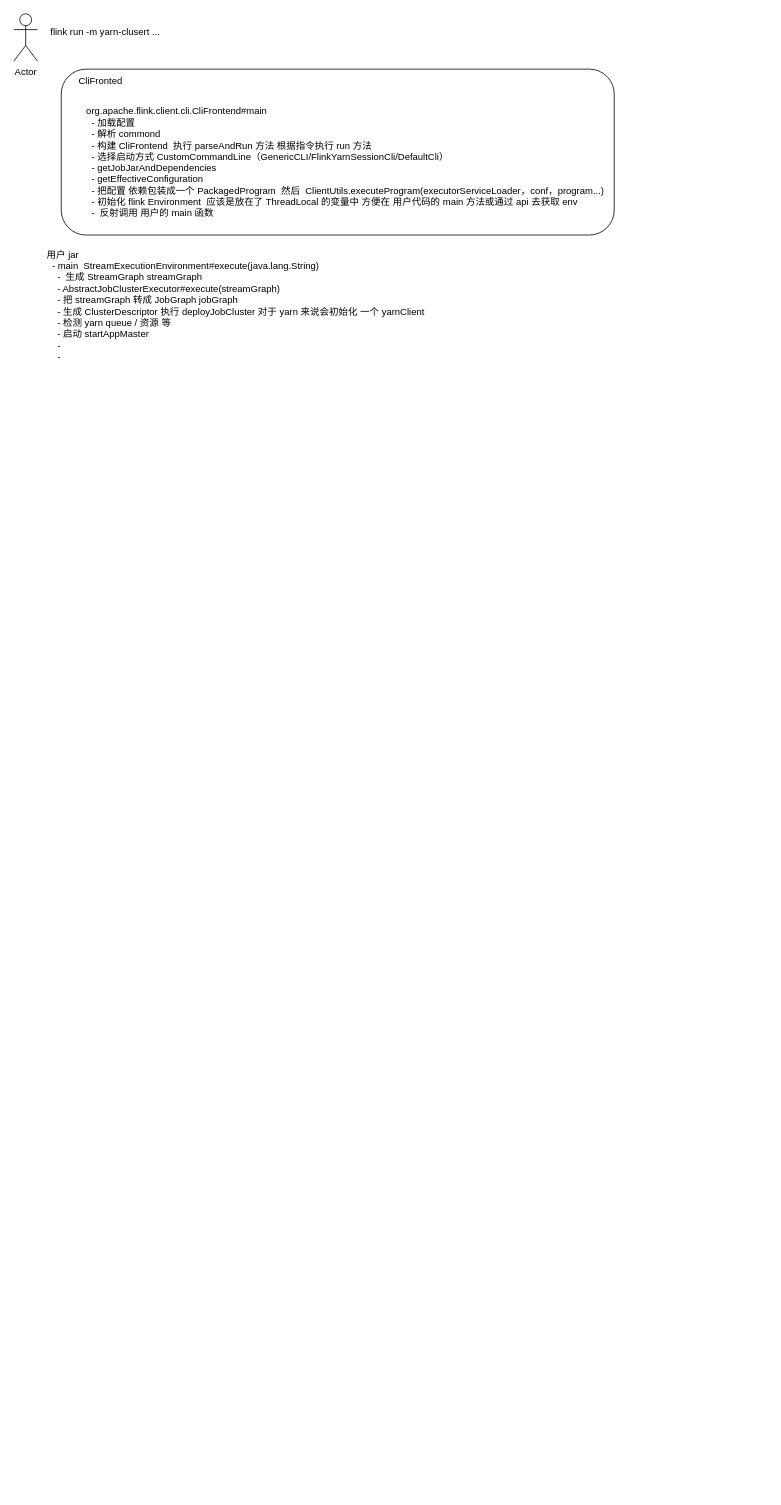
Above: page "flink 启动流程" (2 of 2) of 面试准备.drawio in loukey-lj/WX (draw.io), before the change. Source tidied: cells renumbered, new cells numbered last; positions are measured from the earlier drawing's top-left corner, leaving out a move shared by most shapes. Both pictures are drawn from the tidied source at 79%, with x=0, y=0 at pixel (13, 13).
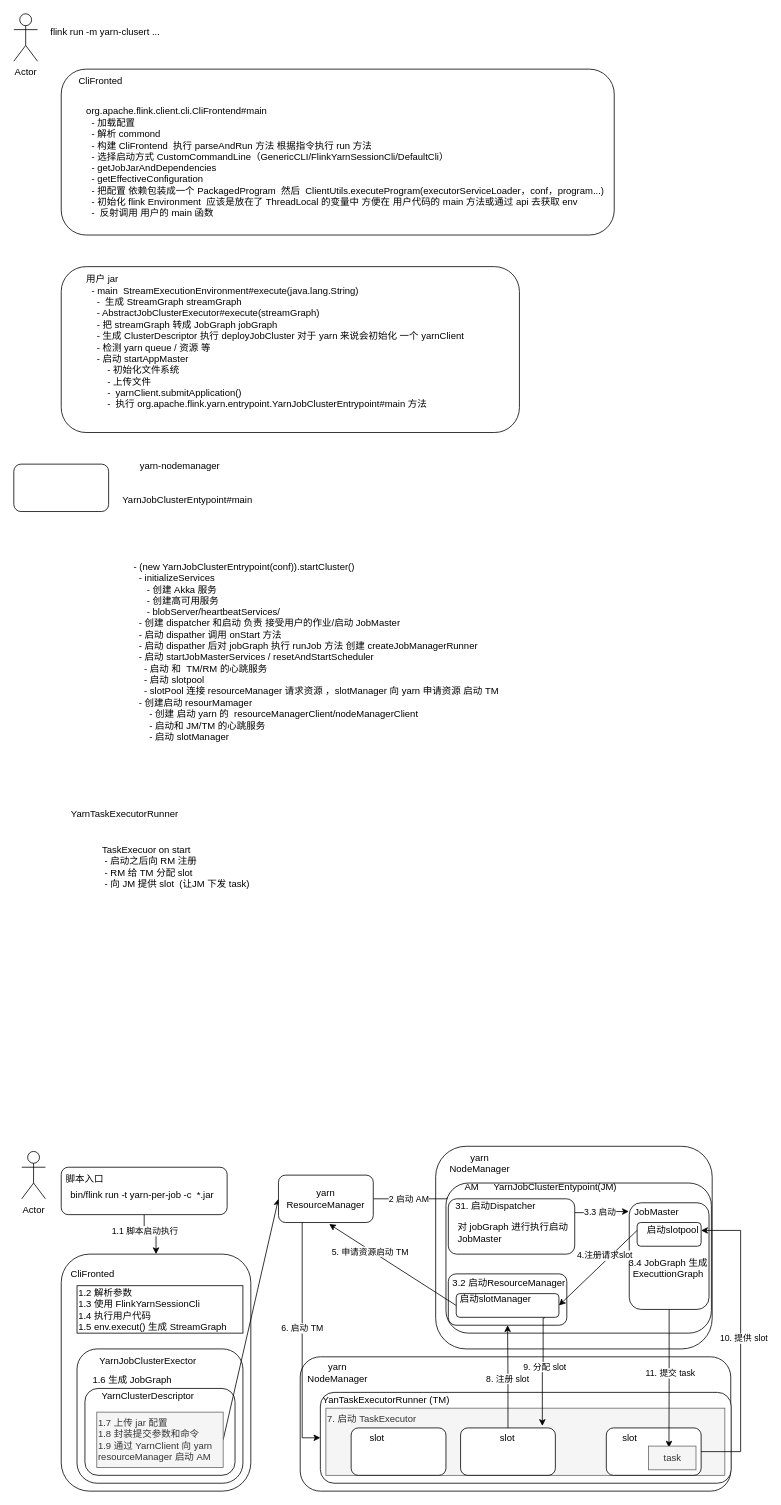
Above is the later version.

Change to the diagram source:
```diff
@@
+    <mxCell id="10" style="rounded=1;whiteSpace=wrap;html=1;" parent="1" vertex="1">
+      <mxGeometry x="534" y="1433.5" width="350" height="256.5" as="geometry" />
+    </mxCell>
@@
+    <mxCell id="11" style="group;" parent="1" vertex="1">
+      <mxGeometry x="60" y="320" width="580" height="210" as="geometry" />
+    </mxCell>
+    <mxCell id="12" style="rounded=1;whiteSpace=wrap;html=1;" parent="11" vertex="1">
+      <mxGeometry width="580" height="210" as="geometry" />
+    </mxCell>
-    <mxCell id="9" value="用户 jar&lt;div&gt;&amp;nbsp; - main&amp;nbsp; StreamExecutionEnvironment#execute(java.lang.String)&lt;/div&gt;&lt;div&gt;&amp;nbsp; &amp;nbsp; -&amp;nbsp; 生成&amp;nbsp;StreamGraph streamGraph&lt;/div&gt;&lt;div&gt;&amp;nbsp; &amp;nbsp; - AbstractJobClusterExecutor#execute(streamGraph)&lt;/div&gt;&lt;div&gt;&amp;nbsp; &amp;nbsp; - 把 streamGraph 转成&amp;nbsp;JobGraph jobGraph&lt;/div&gt;&lt;div&gt;&amp;nbsp; &amp;nbsp; - 生成&amp;nbsp;ClusterDescriptor 执行&amp;nbsp;deployJobCluster 对于 yarn 来说会初始化 一个 yarnClient&lt;/div&gt;&lt;div&gt;&amp;nbsp; &amp;nbsp; - 检测 yarn queue / 资源 等&lt;/div&gt;&lt;div&gt;&amp;nbsp; &amp;nbsp; - 启动&amp;nbsp;startAppMaster&lt;/div&gt;&lt;div&gt;&amp;nbsp; &amp;nbsp; -&amp;nbsp;&lt;/div&gt;&lt;div&gt;&amp;nbsp; &amp;nbsp; -&amp;nbsp;&lt;/div&gt;" style="text;html=1;align=left;verticalAlign=middle;strokeColor=none;fillColor=none;" parent="1" vertex="1">
-      <mxGeometry x="40" y="290" width="500" height="160" as="geometry" />
+    <mxCell id="9" value="用户 jar&lt;div&gt;&amp;nbsp; - main&amp;nbsp; StreamExecutionEnvironment#execute(java.lang.String)&lt;/div&gt;&lt;div&gt;&amp;nbsp; &amp;nbsp; -&amp;nbsp; 生成&amp;nbsp;StreamGraph streamGraph&lt;/div&gt;&lt;div&gt;&amp;nbsp; &amp;nbsp; - AbstractJobClusterExecutor#execute(streamGraph)&lt;/div&gt;&lt;div&gt;&amp;nbsp; &amp;nbsp; - 把 streamGraph 转成&amp;nbsp;JobGraph jobGraph&lt;/div&gt;&lt;div&gt;&amp;nbsp; &amp;nbsp; - 生成&amp;nbsp;ClusterDescriptor 执行&amp;nbsp;deployJobCluster 对于 yarn 来说会初始化 一个 yarnClient&lt;/div&gt;&lt;div&gt;&amp;nbsp; &amp;nbsp; - 检测 yarn queue / 资源 等&lt;/div&gt;&lt;div&gt;&amp;nbsp; &amp;nbsp; - 启动&amp;nbsp;startAppMaster&lt;/div&gt;&lt;div&gt;&amp;nbsp; &amp;nbsp; &amp;nbsp; &amp;nbsp; - 初始化文件系统&lt;/div&gt;&lt;div&gt;&amp;nbsp; &amp;nbsp; &amp;nbsp; &amp;nbsp; - 上传文件&lt;/div&gt;&lt;div&gt;&amp;nbsp; &amp;nbsp; &amp;nbsp; &amp;nbsp; -&amp;nbsp;&amp;nbsp;yarnClient.submitApplication()&lt;/div&gt;&lt;div&gt;&amp;nbsp; &amp;nbsp; &amp;nbsp; &amp;nbsp; -&amp;nbsp; 执行&amp;nbsp;org.apache.flink.yarn.entrypoint.YarnJobClusterEntrypoint#main 方法&lt;/div&gt;" style="text;html=1;align=left;verticalAlign=middle;strokeColor=none;fillColor=none;" parent="11" vertex="1">
+      <mxGeometry x="30" width="500" height="190" as="geometry" />
     </mxCell>
+    <mxCell id="13" style="rounded=1;whiteSpace=wrap;html=1;" parent="1" vertex="1">
+      <mxGeometry y="570" width="120" height="60" as="geometry" />
+    </mxCell>
+    <mxCell id="14" value="yarn-nodemanager" style="text;html=1;align=center;verticalAlign=middle;strokeColor=none;fillColor=none;" parent="1" vertex="1">
+      <mxGeometry x="150" y="558" width="120" height="30" as="geometry" />
+    </mxCell>
+    <mxCell id="15" value="YarnJobClusterEntypoint#main" style="text;html=1;align=center;verticalAlign=middle;whiteSpace=wrap;rounded=0;" parent="1" vertex="1">
+      <mxGeometry x="190" y="601" width="60" height="30" as="geometry" />
+    </mxCell>
+    <mxCell id="16" value="- (new YarnJobClusterEntrypoint(conf)).startCluster()&lt;div&gt;&amp;nbsp; -&amp;nbsp;initializeServices&lt;/div&gt;&lt;div&gt;&amp;nbsp; &amp;nbsp; &amp;nbsp;- 创建 Akka 服务&lt;/div&gt;&lt;div&gt;&amp;nbsp; &amp;nbsp; &amp;nbsp;- 创建高可用服务&lt;/div&gt;&lt;div&gt;&amp;nbsp; &amp;nbsp; &amp;nbsp;-&amp;nbsp;blobServer/heartbeatServices/&lt;/div&gt;&lt;div&gt;&amp;nbsp; - 创建 dispatcher 和启动 负责 接受用户的作业/启动 JobMaster&lt;/div&gt;&lt;div&gt;&amp;nbsp; - 启动 dispather 调用 onStart 方法&lt;/div&gt;&lt;div&gt;&lt;span style=&quot;background-color: initial;&quot;&gt;&amp;nbsp; - 启动 dispather 后对 jobGraph 执行 runJob 方法 创建&amp;nbsp;&lt;/span&gt;&lt;span style=&quot;background-color: initial;&quot;&gt;createJobManagerRunner&lt;/span&gt;&lt;/div&gt;&lt;div&gt;&amp;nbsp; - 启动 startJobMasterServices /&amp;nbsp;resetAndStartScheduler&lt;/div&gt;&lt;div&gt;&amp;nbsp; &amp;nbsp; - 启动 和&amp;nbsp; TM/RM 的心跳服务&lt;/div&gt;&lt;div&gt;&amp;nbsp; &amp;nbsp; - 启动 slotpool&amp;nbsp;&lt;/div&gt;&lt;div&gt;&amp;nbsp; &amp;nbsp; - slotPool 连接 resourceManager 请求资源 ，slotManager 向 yarn 申请资源 启动 TM&lt;/div&gt;&lt;div&gt;&amp;nbsp; - 创建启动 resourMamager&amp;nbsp;&lt;/div&gt;&lt;div&gt;&amp;nbsp; &amp;nbsp; &amp;nbsp; - 创建 启动 yarn 的&amp;nbsp; resourceManagerClient/nodeManagerClient&amp;nbsp;&amp;nbsp;&lt;/div&gt;&lt;div&gt;&amp;nbsp; &amp;nbsp; &amp;nbsp; - 启动和 JM/TM 的心跳服务&lt;/div&gt;&lt;div&gt;&amp;nbsp; &amp;nbsp; &amp;nbsp; - 启动&amp;nbsp;slotManager&amp;nbsp;&lt;/div&gt;&lt;div&gt;&lt;br&gt;&lt;/div&gt;" style="text;html=1;align=left;verticalAlign=middle;strokeColor=none;fillColor=none;" parent="1" vertex="1">
+      <mxGeometry x="150" y="685" width="490" height="260" as="geometry" />
+    </mxCell>
+    <mxCell id="17" value="YarnTaskExecutorRunner" style="text;html=1;align=center;verticalAlign=middle;strokeColor=none;fillColor=none;" parent="1" vertex="1">
+      <mxGeometry x="60" y="998" width="160" height="30" as="geometry" />
+    </mxCell>
+    <mxCell id="18" value="TaskExecuor on start&lt;div&gt;&amp;nbsp;- 启动之后向 RM 注册&lt;/div&gt;&lt;div&gt;&amp;nbsp;- RM 给 TM 分配 slot&lt;/div&gt;&lt;div&gt;&lt;span style=&quot;background-color: initial;&quot;&gt;&amp;nbsp;- 向 JM 提供 slot&amp;nbsp; (让JM 下发 task)&amp;nbsp;&lt;/span&gt;&lt;/div&gt;" style="text;html=1;align=left;verticalAlign=middle;strokeColor=none;fillColor=none;" parent="1" vertex="1">
+      <mxGeometry x="110" y="1045" width="210" height="70" as="geometry" />
+    </mxCell>
+    <mxCell id="19" value="Actor" style="shape=umlActor;verticalLabelPosition=bottom;verticalAlign=top;html=1;" parent="1" vertex="1">
+      <mxGeometry x="10" y="1440" width="30" height="60" as="geometry" />
+    </mxCell>
+    <mxCell id="20" style="edgeStyle=orthogonalEdgeStyle;rounded=0;jettySize=auto;html=1;exitX=0.5;exitY=1;exitDx=0;exitDy=0;" parent="1" edge="1" source="22" target="25">
+      <mxGeometry relative="1" as="geometry" />
+    </mxCell>
+    <mxCell id="21" value="1.1 脚本启动执行" style="edgeLabel;html=1;align=center;verticalAlign=middle;" parent="20" vertex="1">
+      <mxGeometry x="-0.38" relative="1" as="geometry" />
+    </mxCell>
+    <mxCell id="22" style="rounded=1;whiteSpace=wrap;html=1;" parent="1" vertex="1">
+      <mxGeometry x="60" y="1460" width="210" height="60" as="geometry" />
+    </mxCell>
+    <mxCell id="23" value="脚本入口" style="text;html=1;align=center;verticalAlign=middle;whiteSpace=wrap;rounded=0;" parent="1" vertex="1">
+      <mxGeometry x="60" y="1460" width="60" height="30" as="geometry" />
+    </mxCell>
+    <mxCell id="24" value="bin/flink run -t yarn-per-job -c&amp;nbsp; *.jar" style="text;html=1;align=left;verticalAlign=middle;whiteSpace=wrap;rounded=0;" parent="1" vertex="1">
+      <mxGeometry x="70" y="1490" width="200" height="10" as="geometry" />
+    </mxCell>
+    <mxCell id="25" style="rounded=1;whiteSpace=wrap;html=1;" parent="1" vertex="1">
+      <mxGeometry x="60" y="1570" width="240" height="300" as="geometry" />
+    </mxCell>
+    <mxCell id="26" value="CliFronted" style="text;html=1;align=center;verticalAlign=middle;whiteSpace=wrap;rounded=0;" parent="1" vertex="1">
+      <mxGeometry x="70" y="1580" width="60" height="30" as="geometry" />
+    </mxCell>
+    <mxCell id="27" value="1.2 解析参数&lt;div&gt;1.3 使用 FlinkYarnSessionCli&lt;/div&gt;&lt;div&gt;1.4 执行用户代码&lt;/div&gt;&lt;div&gt;1.5 env.execut() 生成 StreamGraph&lt;/div&gt;" style="text;html=1;align=left;verticalAlign=middle;whiteSpace=wrap;rounded=0;strokeColor=default;" parent="1" vertex="1">
+      <mxGeometry x="80" y="1610" width="210" height="60" as="geometry" />
+    </mxCell>
+    <mxCell id="28" style="rounded=1;whiteSpace=wrap;html=1;" parent="1" vertex="1">
+      <mxGeometry x="80" y="1690" width="210" height="170" as="geometry" />
+    </mxCell>
+    <mxCell id="29" value="YarnJobClusterExector" style="text;html=1;align=center;verticalAlign=middle;whiteSpace=wrap;rounded=0;" parent="1" vertex="1">
+      <mxGeometry x="140" y="1690" width="60" height="30" as="geometry" />
+    </mxCell>
+    <mxCell id="30" value="1.6 生成 JobGraph" style="text;html=1;align=center;verticalAlign=middle;whiteSpace=wrap;rounded=0;" parent="1" vertex="1">
+      <mxGeometry x="90" y="1720" width="120" height="20" as="geometry" />
+    </mxCell>
+    <mxCell id="31" style="rounded=1;whiteSpace=wrap;html=1;" parent="1" vertex="1">
+      <mxGeometry x="90" y="1740" width="190" height="110" as="geometry" />
+    </mxCell>
+    <mxCell id="32" value="YarnClusterDescriptor" style="text;html=1;align=center;verticalAlign=middle;whiteSpace=wrap;rounded=0;" parent="1" vertex="1">
+      <mxGeometry x="140" y="1735" width="60" height="30" as="geometry" />
+    </mxCell>
+    <mxCell id="33" style="rounded=0;jettySize=auto;html=1;exitX=1;exitY=0.5;exitDx=0;exitDy=0;entryX=0;entryY=0.5;entryDx=0;entryDy=0;" parent="1" edge="1" source="34" target="37">
+      <mxGeometry relative="1" as="geometry" />
+    </mxCell>
+    <mxCell id="34" value="1.7 上传 jar 配置&lt;div&gt;1.8 封装提交参数和命令&lt;/div&gt;&lt;div&gt;1.9 通过 YarnClient 向 yarn resourceManager 启动 AM&lt;/div&gt;" style="text;html=1;align=left;verticalAlign=middle;whiteSpace=wrap;rounded=0;fillColor=#f5f5f5;fontColor=#333333;strokeColor=#666666;" parent="1" vertex="1">
+      <mxGeometry x="105" y="1770" width="160" height="70" as="geometry" />
+    </mxCell>
+    <mxCell id="35" style="rounded=0;jettySize=auto;html=1;" parent="1" edge="1" source="37" target="39">
+      <mxGeometry relative="1" as="geometry">
+        <Array as="points">
+          <mxPoint x="550" y="1500" />
+        </Array>
+      </mxGeometry>
+    </mxCell>
+    <mxCell id="36" value="2 启动 AM" style="edgeLabel;html=1;align=center;verticalAlign=middle;" parent="35" vertex="1">
+      <mxGeometry x="-0.45" y="2" relative="1" as="geometry">
+        <mxPoint x="17" y="1" as="offset" />
+      </mxGeometry>
+    </mxCell>
+    <mxCell id="37" value="yarn&lt;br&gt;ResourceManager" style="rounded=1;whiteSpace=wrap;html=1;" parent="1" vertex="1">
+      <mxGeometry x="335" y="1470" width="120" height="60" as="geometry" />
+    </mxCell>
+    <mxCell id="38" value="yarn&lt;br&gt;NodeManager" style="text;html=1;align=center;verticalAlign=middle;whiteSpace=wrap;rounded=0;" parent="1" vertex="1">
+      <mxGeometry x="560" y="1440" width="60" height="30" as="geometry" />
+    </mxCell>
+    <mxCell id="39" style="rounded=1;whiteSpace=wrap;html=1;" parent="1" vertex="1">
+      <mxGeometry x="547" y="1480" width="336" height="190" as="geometry" />
+    </mxCell>
+    <mxCell id="40" value="AM" style="text;html=1;align=center;verticalAlign=middle;whiteSpace=wrap;rounded=0;" parent="1" vertex="1">
+      <mxGeometry x="550" y="1470" width="60" height="30" as="geometry" />
+    </mxCell>
+    <mxCell id="41" style="edgeStyle=orthogonalEdgeStyle;rounded=0;jettySize=auto;html=1;entryX=-0.005;entryY=0.082;entryDx=0;entryDy=0;entryPerimeter=0;exitX=1;exitY=0.25;exitDx=0;exitDy=0;" parent="1" edge="1" source="43" target="47">
+      <mxGeometry relative="1" as="geometry" />
+    </mxCell>
+    <mxCell id="42" value="3.3 启动" style="edgeLabel;html=1;align=center;verticalAlign=middle;" parent="41" vertex="1">
+      <mxGeometry x="0.02" relative="1" as="geometry">
+        <mxPoint x="-3" as="offset" />
+      </mxGeometry>
+    </mxCell>
+    <mxCell id="43" style="rounded=1;whiteSpace=wrap;html=1;" parent="1" vertex="1">
+      <mxGeometry x="550" y="1500" width="160" height="70" as="geometry" />
+    </mxCell>
+    <mxCell id="44" value="31. 启动Dispatcher" style="text;html=1;align=center;verticalAlign=middle;whiteSpace=wrap;rounded=0;" parent="1" vertex="1">
+      <mxGeometry x="550" y="1495" width="120" height="30" as="geometry" />
+    </mxCell>
+    <mxCell id="45" style="rounded=1;whiteSpace=wrap;html=1;" parent="1" vertex="1">
+      <mxGeometry x="550" y="1595" width="150" height="65" as="geometry" />
+    </mxCell>
+    <mxCell id="46" value="3.2 启动ResourceManager" style="text;html=1;align=center;verticalAlign=middle;whiteSpace=wrap;rounded=0;" parent="1" vertex="1">
+      <mxGeometry x="547" y="1599" width="160" height="15" as="geometry" />
+    </mxCell>
+    <mxCell id="47" style="rounded=1;whiteSpace=wrap;html=1;" parent="1" vertex="1">
+      <mxGeometry x="779" y="1505" width="101" height="135" as="geometry" />
+    </mxCell>
+    <mxCell id="48" value="JobMaster" style="text;html=1;align=center;verticalAlign=middle;whiteSpace=wrap;rounded=0;" parent="1" vertex="1">
+      <mxGeometry x="784" y="1507" width="60" height="19" as="geometry" />
+    </mxCell>
+    <mxCell id="49" value="对 jobGraph 进行执行启动 JobMaster" style="text;html=1;align=left;verticalAlign=middle;whiteSpace=wrap;rounded=0;" parent="1" vertex="1">
+      <mxGeometry x="560" y="1525" width="150" height="35" as="geometry" />
+    </mxCell>
+    <mxCell id="50" style="rounded=1;whiteSpace=wrap;html=1;" parent="1" vertex="1">
+      <mxGeometry x="789" y="1530" width="81" height="30" as="geometry" />
+    </mxCell>
+    <mxCell id="51" style="rounded=0;jettySize=auto;html=1;entryX=1;entryY=0.5;entryDx=0;entryDy=0;exitX=0;exitY=0.5;exitDx=0;exitDy=0;" parent="1" edge="1" source="55" target="53">
+      <mxGeometry relative="1" as="geometry" />
+    </mxCell>
+    <mxCell id="52" value="4.注册请求slot" style="edgeLabel;html=1;align=center;verticalAlign=middle;" parent="51" vertex="1">
+      <mxGeometry x="-0.17" y="-1" relative="1" as="geometry">
+        <mxPoint y="-7" as="offset" />
+      </mxGeometry>
+    </mxCell>
+    <mxCell id="53" style="rounded=1;whiteSpace=wrap;html=1;" parent="1" vertex="1">
+      <mxGeometry x="560" y="1620" width="130" height="30" as="geometry" />
+    </mxCell>
+    <mxCell id="54" value="启动slotManager" style="text;html=1;align=center;verticalAlign=middle;whiteSpace=wrap;rounded=0;" parent="1" vertex="1">
+      <mxGeometry x="560" y="1614" width="100" height="26" as="geometry" />
+    </mxCell>
+    <mxCell id="55" value="启动slotpool" style="text;html=1;align=center;verticalAlign=middle;whiteSpace=wrap;rounded=0;" parent="1" vertex="1">
+      <mxGeometry x="789" y="1530" width="91" height="20" as="geometry" />
+    </mxCell>
+    <mxCell id="56" value="3.4 JobGraph 生成 ExecuttionGraph" style="text;html=1;align=center;verticalAlign=middle;whiteSpace=wrap;rounded=0;" parent="1" vertex="1">
+      <mxGeometry x="773" y="1570" width="111" height="35" as="geometry" />
+    </mxCell>
+    <mxCell id="57" style="rounded=0;jettySize=auto;html=1;entryX=0.535;entryY=1.033;entryDx=0;entryDy=0;entryPerimeter=0;exitX=0;exitY=0.5;exitDx=0;exitDy=0;" parent="1" edge="1" source="53" target="37">
+      <mxGeometry relative="1" as="geometry" />
+    </mxCell>
+    <mxCell id="58" value="5. 申请资源启动 TM" style="edgeLabel;html=1;align=center;verticalAlign=middle;" parent="57" vertex="1">
+      <mxGeometry x="0.35" y="1" relative="1" as="geometry" />
+    </mxCell>
+    <mxCell id="59" style="rounded=1;whiteSpace=wrap;html=1;" parent="1" vertex="1">
+      <mxGeometry x="362.5" y="1700" width="545" height="170" as="geometry" />
+    </mxCell>
+    <mxCell id="60" value="yarn NodeManager" style="text;html=1;align=center;verticalAlign=middle;whiteSpace=wrap;rounded=0;" parent="1" vertex="1">
+      <mxGeometry x="380" y="1705" width="60" height="30" as="geometry" />
+    </mxCell>
+    <mxCell id="61" style="rounded=1;whiteSpace=wrap;html=1;" parent="1" vertex="1">
+      <mxGeometry x="388" y="1745" width="520" height="115" as="geometry" />
+    </mxCell>
+    <mxCell id="62" value="YanTaskExecutorRunner (TM)" style="text;html=1;align=center;verticalAlign=middle;whiteSpace=wrap;rounded=0;" parent="1" vertex="1">
+      <mxGeometry x="368" y="1740" width="207" height="30" as="geometry" />
+    </mxCell>
+    <mxCell id="63" value="YarnJobClusterEntypoint(JM)" style="text;html=1;align=center;verticalAlign=middle;whiteSpace=wrap;rounded=0;" parent="1" vertex="1">
+      <mxGeometry x="582" y="1470" width="207" height="30" as="geometry" />
+    </mxCell>
+    <mxCell id="64" style="edgeStyle=orthogonalEdgeStyle;rounded=0;jettySize=auto;html=1;exitX=0.25;exitY=1;exitDx=0;exitDy=0;entryX=0;entryY=0.5;entryDx=0;entryDy=0;" parent="1" edge="1" source="37" target="61">
+      <mxGeometry relative="1" as="geometry" />
+    </mxCell>
+    <mxCell id="65" value="6. 启动 TM" style="edgeLabel;html=1;align=center;verticalAlign=middle;" parent="64" vertex="1">
+      <mxGeometry x="-0.1" y="-1" relative="1" as="geometry" />
+    </mxCell>
+    <mxCell id="66" value="7. 启动 TaskExecutor" style="text;html=1;align=left;verticalAlign=top;whiteSpace=wrap;rounded=0;fillColor=#f5f5f5;fontColor=#333333;strokeColor=#666666;" parent="1" vertex="1">
+      <mxGeometry x="395" y="1765" width="505" height="85" as="geometry" />
+    </mxCell>
+    <mxCell id="67" style="rounded=1;whiteSpace=wrap;html=1;" parent="1" vertex="1">
+      <mxGeometry x="427" y="1790" width="120" height="60" as="geometry" />
+    </mxCell>
+    <mxCell id="68" style="edgeStyle=orthogonalEdgeStyle;rounded=0;jettySize=auto;html=1;" parent="1" edge="1" source="70" target="45">
+      <mxGeometry relative="1" as="geometry" />
+    </mxCell>
+    <mxCell id="69" value="8. 注册 slot" style="edgeLabel;html=1;align=center;verticalAlign=middle;" parent="68" vertex="1">
+      <mxGeometry x="-0.04" y="1" relative="1" as="geometry" />
+    </mxCell>
+    <mxCell id="70" style="rounded=1;whiteSpace=wrap;html=1;" parent="1" vertex="1">
+      <mxGeometry x="565.5" y="1790" width="120" height="60" as="geometry" />
+    </mxCell>
+    <mxCell id="71" style="rounded=1;whiteSpace=wrap;html=1;" parent="1" vertex="1">
+      <mxGeometry x="750" y="1790" width="120" height="60" as="geometry" />
+    </mxCell>
+    <mxCell id="72" value="slot" style="text;html=1;align=center;verticalAlign=middle;whiteSpace=wrap;rounded=0;" parent="1" vertex="1">
+      <mxGeometry x="430" y="1788" width="60" height="30" as="geometry" />
+    </mxCell>
+    <mxCell id="73" value="slot" style="text;html=1;align=center;verticalAlign=middle;whiteSpace=wrap;rounded=0;" parent="1" vertex="1">
+      <mxGeometry x="595" y="1787.5" width="60" height="30" as="geometry" />
+    </mxCell>
+    <mxCell id="74" value="slot" style="text;html=1;align=center;verticalAlign=middle;whiteSpace=wrap;rounded=0;" parent="1" vertex="1">
+      <mxGeometry x="750" y="1788" width="60" height="30" as="geometry" />
+    </mxCell>
+    <mxCell id="75" style="edgeStyle=orthogonalEdgeStyle;rounded=0;jettySize=auto;html=1;entryX=0.89;entryY=0.5;entryDx=0;entryDy=0;entryPerimeter=0;" parent="1" edge="1" source="71" target="55">
+      <mxGeometry relative="1" as="geometry">
+        <Array as="points">
+          <mxPoint x="920" y="1820" />
+          <mxPoint x="920" y="1540" />
+        </Array>
+      </mxGeometry>
+    </mxCell>
+    <mxCell id="76" value="10. 提供 slot" style="edgeLabel;html=1;align=center;verticalAlign=middle;" parent="75" vertex="1">
+      <mxGeometry x="0.02" y="-3" relative="1" as="geometry" />
+    </mxCell>
+    <mxCell id="77" style="edgeStyle=orthogonalEdgeStyle;rounded=0;jettySize=auto;html=1;entryX=0.43;entryY=0.062;entryDx=0;entryDy=0;entryPerimeter=0;" parent="1" edge="1" source="47" target="79">
+      <mxGeometry relative="1" as="geometry" />
+    </mxCell>
+    <mxCell id="78" value="11. 提交 task" style="edgeLabel;html=1;align=center;verticalAlign=middle;" parent="77" vertex="1">
+      <mxGeometry x="-0.07" y="1" relative="1" as="geometry">
+        <mxPoint y="-1" as="offset" />
+      </mxGeometry>
+    </mxCell>
+    <mxCell id="79" value="task" style="text;html=1;align=center;verticalAlign=middle;whiteSpace=wrap;rounded=0;fillColor=#f5f5f5;fontColor=#333333;strokeColor=#666666;" parent="1" vertex="1">
+      <mxGeometry x="803.5" y="1813" width="60" height="30" as="geometry" />
+    </mxCell>
+    <mxCell id="80" style="edgeStyle=orthogonalEdgeStyle;rounded=0;orthogonalLoop=1;jettySize=auto;html=1;exitX=0.75;exitY=1;exitDx=0;exitDy=0;entryX=1;entryY=0;entryDx=0;entryDy=0;" parent="1" edge="1">
+      <mxGeometry relative="1" as="geometry">
+        <mxPoint x="671.5" y="1650" as="sourcePoint" />
+        <mxPoint x="669" y="1787.5" as="targetPoint" />
+        <Array as="points">
+          <mxPoint x="672" y="1651" />
+          <mxPoint x="670" y="1651" />
+          <mxPoint x="670" y="1719" />
+        </Array>
+      </mxGeometry>
+    </mxCell>
+    <mxCell id="81" value="9. 分配 slot" style="edgeLabel;html=1;align=center;verticalAlign=middle;" parent="80" vertex="1">
+      <mxGeometry x="-0.01" y="1" relative="1" as="geometry">
+        <mxPoint y="-5" as="offset" />
+      </mxGeometry>
+    </mxCell>
```
